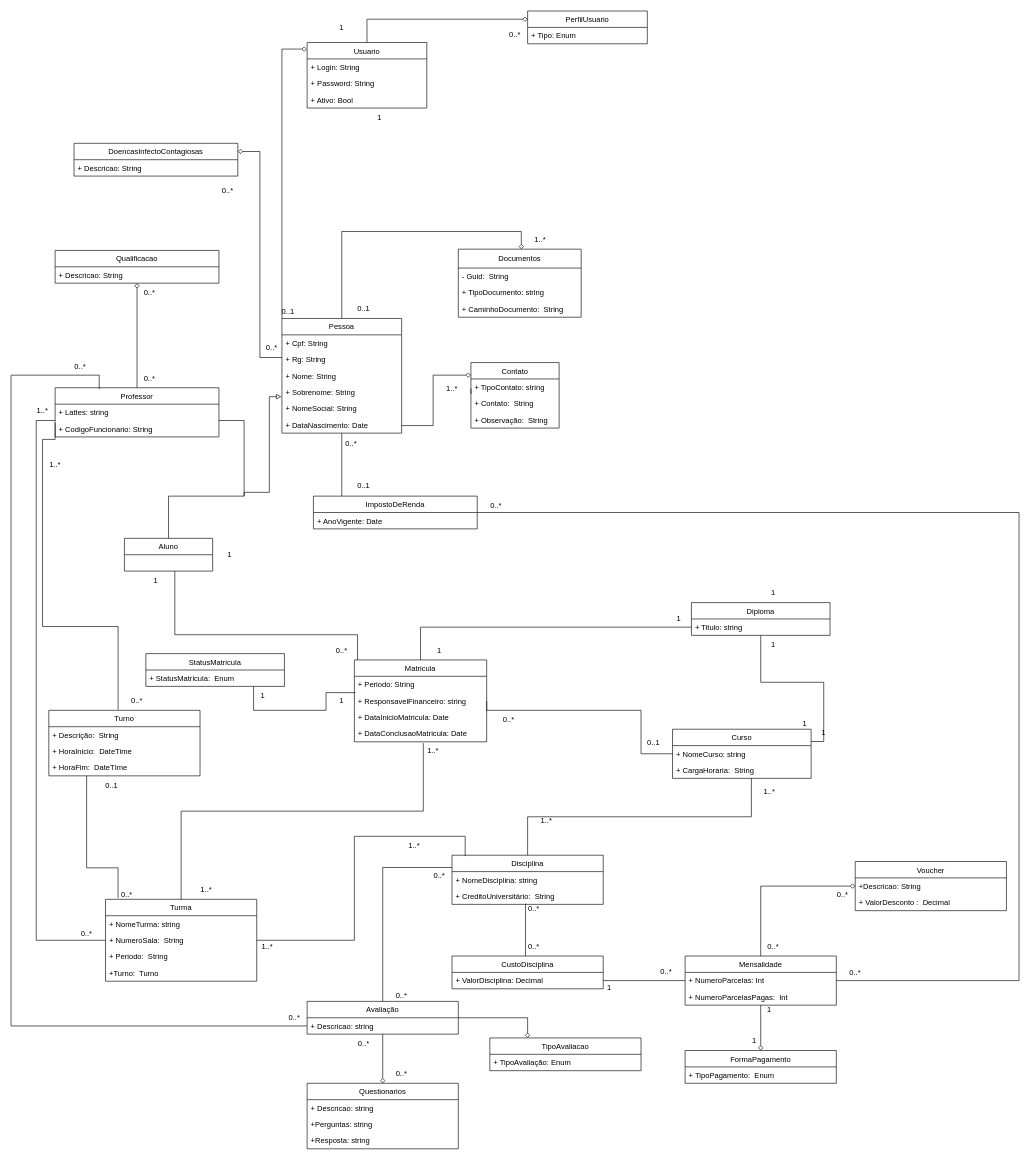
This is page "Page-2" (2 of 2) of CasoDeUso/Diagrama de caso de uso.drawio from EAbeier/Analise-e-Modelagem-de-Sistemas, a draw.io file, before an edit. Source tidied: cells renumbered, new cells numbered last; positions are measured from the earlier drawing's top-left corner, leaving out a move shared by most shapes. Both pictures are drawn from the tidied source at 63%, with x=0, y=0 at pixel (11, 11).
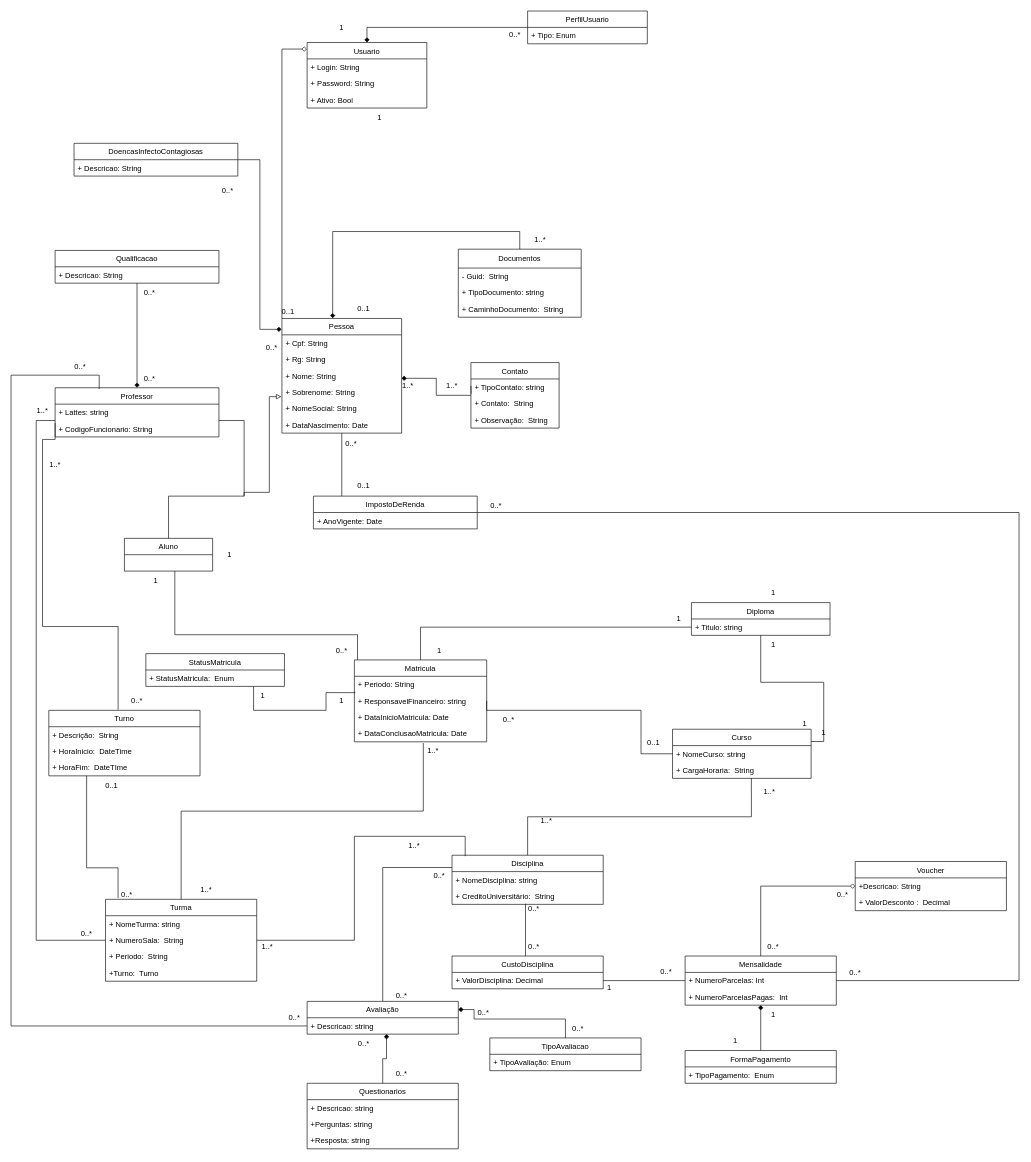
The same diagram, later.

Unchanged cells that the change refers to:
```xml
<mxCell id="7" value="Pessoa" style="swimlane;fontStyle=0;horizontal=1;startSize=26;fillColor=none;" parent="1" vertex="1">
  <mxGeometry x="430" y="488" width="190" height="182" as="geometry" />
</mxCell>
<mxCell id="10" value="+ Nome: String" style="text;strokeColor=none;fillColor=none;align=left;verticalAlign=top;spacingLeft=4;spacingRight=4;overflow=hidden;points=[[0,0.5],[1,0.5]];portConstraint=eastwest;" parent="7" vertex="1">
  <mxGeometry y="78" width="190" height="26" as="geometry" />
</mxCell>
<mxCell id="19" value="Professor" style="swimlane;fontStyle=0;horizontal=1;startSize=26;fillColor=none;" parent="1" vertex="1">
  <mxGeometry x="70" y="598" width="260" height="78" as="geometry" />
</mxCell>
<mxCell id="22" value="Contato" style="swimlane;fontStyle=0;horizontal=1;startSize=26;fillColor=none;" parent="1" vertex="1">
  <mxGeometry x="730" y="558" width="140" height="104" as="geometry" />
</mxCell>
<mxCell id="26" value="Documentos" style="swimlane;fontStyle=0;horizontal=1;startSize=30;fillColor=none;" parent="1" vertex="1">
  <mxGeometry x="710" y="378" width="195" height="108" as="geometry" />
</mxCell>
<mxCell id="71" value="1..*" style="text;html=1;strokeColor=none;fillColor=none;align=center;verticalAlign=middle;whiteSpace=wrap;rounded=0;" parent="1" vertex="1">
  <mxGeometry x="810" y="348" width="60" height="30" as="geometry" />
</mxCell>
<mxCell id="85" value="Mensalidade" style="swimlane;fontStyle=0;horizontal=1;startSize=26;fillColor=none;" parent="1" vertex="1">
  <mxGeometry x="1070" y="1500" width="240" height="78" as="geometry" />
</mxCell>
<mxCell id="87" value="+ NumeroParcelasPagas:  Int" style="text;strokeColor=none;fillColor=none;align=left;verticalAlign=top;spacingLeft=4;spacingRight=4;overflow=hidden;points=[[0,0.5],[1,0.5]];portConstraint=eastwest;" parent="85" vertex="1">
  <mxGeometry y="52" width="240" height="26" as="geometry" />
</mxCell>
<mxCell id="91" value="FormaPagamento" style="swimlane;fontStyle=0;horizontal=1;startSize=26;fillColor=none;" parent="1" vertex="1">
  <mxGeometry x="1070" y="1650" width="240" height="52" as="geometry" />
</mxCell>
<mxCell id="95" value="Qualificacao" style="swimlane;fontStyle=0;horizontal=1;startSize=26;fillColor=none;" parent="1" vertex="1">
  <mxGeometry x="70" y="380" width="260" height="52" as="geometry" />
</mxCell>
<mxCell id="123" value="Avaliação" style="swimlane;fontStyle=0;horizontal=1;startSize=26;fillColor=none;" parent="1" vertex="1">
  <mxGeometry x="470" y="1572" width="240" height="52" as="geometry" />
</mxCell>
<mxCell id="124" value="+ Descricao: string" style="text;strokeColor=none;fillColor=none;align=left;verticalAlign=top;spacingLeft=4;spacingRight=4;overflow=hidden;points=[[0,0.5],[1,0.5]];portConstraint=eastwest;" parent="123" vertex="1">
  <mxGeometry y="26" width="240" height="26" as="geometry" />
</mxCell>
<mxCell id="127" value="Questionarios" style="swimlane;fontStyle=0;horizontal=1;startSize=26;fillColor=none;" parent="1" vertex="1">
  <mxGeometry x="470" y="1702" width="240" height="104" as="geometry" />
</mxCell>
<mxCell id="131" value="TipoAvaliacao" style="swimlane;fontStyle=0;horizontal=1;startSize=26;fillColor=none;" parent="1" vertex="1">
  <mxGeometry x="760" y="1630" width="240" height="52" as="geometry" />
</mxCell>
<mxCell id="138" value="DoencasInfectoContagiosas" style="swimlane;fontStyle=0;horizontal=1;startSize=26;fillColor=none;" parent="1" vertex="1">
  <mxGeometry x="100" y="210" width="260" height="52" as="geometry" />
</mxCell>
<mxCell id="149" value="Usuario" style="swimlane;fontStyle=0;horizontal=1;startSize=26;fillColor=none;" parent="1" vertex="1">
  <mxGeometry x="470" y="50" width="190" height="104" as="geometry" />
</mxCell>
<mxCell id="155" value="PerfilUsuario" style="swimlane;fontStyle=0;horizontal=1;startSize=26;fillColor=none;" parent="1" vertex="1">
  <mxGeometry x="820" width="190" height="52" as="geometry" />
</mxCell>
```

Diff of the diagram source:
```diff
@@
-    <mxCell id="4" style="edgeStyle=orthogonalEdgeStyle;rounded=0;jettySize=auto;html=1;entryX=0;entryY=1;entryDx=0;entryDy=0;endArrow=diamond;endFill=0;" parent="1" edge="1" source="7" target="71">
-      <mxGeometry relative="1" as="geometry">
-        <Array as="points">
-          <mxPoint x="525" y="350" />
-          <mxPoint x="810" y="350" />
-        </Array>
-      </mxGeometry>
-    </mxCell>
-    <mxCell id="5" style="edgeStyle=orthogonalEdgeStyle;rounded=0;jettySize=auto;html=1;entryX=1;entryY=0.25;entryDx=0;entryDy=0;endArrow=diamond;endFill=0;" parent="1" edge="1" source="7" target="138">
-      <mxGeometry relative="1" as="geometry">
-        <Array as="points">
-          <mxPoint x="395" y="550" />
-          <mxPoint x="395" y="223" />
-        </Array>
-      </mxGeometry>
-    </mxCell>
@@
-    <mxCell id="18" style="edgeStyle=orthogonalEdgeStyle;rounded=0;jettySize=auto;html=1;endArrow=diamond;endFill=0;" parent="1" edge="1" source="19" target="95">
-      <mxGeometry relative="1" as="geometry" />
-    </mxCell>
@@
+    <mxCell id="159" style="edgeStyle=orthogonalEdgeStyle;rounded=0;jettySize=auto;html=1;entryX=0.999;entryY=0.653;entryDx=0;entryDy=0;entryPerimeter=0;endArrow=diamond;endFill=1;" parent="1" edge="1" source="22" target="10">
+      <mxGeometry relative="1" as="geometry" />
+    </mxCell>
@@
+    <mxCell id="160" style="edgeStyle=orthogonalEdgeStyle;rounded=0;jettySize=auto;html=1;entryX=0.424;entryY=-0.002;entryDx=0;entryDy=0;entryPerimeter=0;endArrow=diamond;endFill=1;" parent="1" edge="1" source="26" target="7">
+      <mxGeometry relative="1" as="geometry">
+        <Array as="points">
+          <mxPoint x="808" y="350" />
+          <mxPoint x="511" y="350" />
+        </Array>
+      </mxGeometry>
+    </mxCell>
@@
     <mxCell id="73" value="1..*" style="text;html=1;strokeColor=none;fillColor=none;align=center;verticalAlign=middle;whiteSpace=wrap;rounded=0;" parent="1" vertex="1">
-      <mxGeometry x="670" y="584" width="60" height="30" as="geometry" />
+      <mxGeometry x="670" y="580" width="60" height="30" as="geometry" />
     </mxCell>
-    <mxCell id="74" style="edgeStyle=orthogonalEdgeStyle;rounded=0;jettySize=auto;html=1;startArrow=none;startFill=0;endArrow=diamond;endFill=0;" parent="1" edge="1" source="7" target="22">
-      <mxGeometry relative="1" as="geometry">
-        <Array as="points">
-          <mxPoint x="670" y="658" />
-          <mxPoint x="670" y="578" />
-        </Array>
-      </mxGeometry>
-    </mxCell>
@@
-    <mxCell id="83" style="edgeStyle=orthogonalEdgeStyle;rounded=0;jettySize=auto;html=1;entryX=0.5;entryY=0;entryDx=0;entryDy=0;endArrow=diamond;endFill=0;" parent="1" edge="1" source="85" target="91">
-      <mxGeometry relative="1" as="geometry" />
-    </mxCell>
@@
+    <mxCell id="161" style="edgeStyle=orthogonalEdgeStyle;rounded=0;jettySize=auto;html=1;endArrow=diamond;endFill=1;" parent="1" edge="1" source="91" target="87">
+      <mxGeometry relative="1" as="geometry">
+        <Array as="points">
+          <mxPoint x="1190" y="1600" />
+          <mxPoint x="1190" y="1600" />
+        </Array>
+      </mxGeometry>
+    </mxCell>
@@
     <mxCell id="93" value="1" style="text;html=1;strokeColor=none;fillColor=none;align=center;verticalAlign=middle;whiteSpace=wrap;rounded=0;" parent="1" vertex="1">
-      <mxGeometry x="1174" y="1570" width="60" height="30" as="geometry" />
+      <mxGeometry x="1180" y="1578" width="60" height="30" as="geometry" />
     </mxCell>
     <mxCell id="94" value="1" style="text;html=1;strokeColor=none;fillColor=none;align=center;verticalAlign=middle;whiteSpace=wrap;rounded=0;" parent="1" vertex="1">
-      <mxGeometry x="1150" y="1620" width="60" height="30" as="geometry" />
+      <mxGeometry x="1120" y="1620" width="60" height="30" as="geometry" />
     </mxCell>
+    <mxCell id="162" style="edgeStyle=orthogonalEdgeStyle;rounded=0;jettySize=auto;html=1;entryX=0.5;entryY=0;entryDx=0;entryDy=0;endArrow=diamond;endFill=1;" parent="1" edge="1" source="95" target="19">
+      <mxGeometry relative="1" as="geometry" />
+    </mxCell>
@@
-    <mxCell id="121" style="edgeStyle=orthogonalEdgeStyle;rounded=0;jettySize=auto;html=1;endArrow=diamond;endFill=0;" parent="1" edge="1" source="123" target="127">
-      <mxGeometry relative="1" as="geometry" />
-    </mxCell>
-    <mxCell id="122" style="edgeStyle=orthogonalEdgeStyle;rounded=0;jettySize=auto;html=1;endArrow=diamond;endFill=0;entryX=0.25;entryY=0;entryDx=0;entryDy=0;" parent="1" edge="1" source="123" target="131">
-      <mxGeometry relative="1" as="geometry" />
-    </mxCell>
@@
+    <mxCell id="163" style="edgeStyle=orthogonalEdgeStyle;rounded=0;jettySize=auto;html=1;exitX=0.5;exitY=0;exitDx=0;exitDy=0;entryX=0.525;entryY=0.999;entryDx=0;entryDy=0;entryPerimeter=0;endArrow=diamond;endFill=1;" parent="1" edge="1" source="127" target="124">
+      <mxGeometry relative="1" as="geometry" />
+    </mxCell>
@@
+    <mxCell id="164" style="edgeStyle=orthogonalEdgeStyle;rounded=0;jettySize=auto;html=1;entryX=1;entryY=0.25;entryDx=0;entryDy=0;endArrow=diamond;endFill=1;" parent="1" edge="1" source="131" target="123">
+      <mxGeometry relative="1" as="geometry">
+        <Array as="points">
+          <mxPoint x="880" y="1600" />
+          <mxPoint x="735" y="1600" />
+          <mxPoint x="735" y="1585" />
+        </Array>
+      </mxGeometry>
+    </mxCell>
@@
+    <mxCell id="165" style="edgeStyle=orthogonalEdgeStyle;rounded=0;jettySize=auto;html=1;entryX=-0.003;entryY=0.095;entryDx=0;entryDy=0;entryPerimeter=0;endArrow=diamond;endFill=1;" parent="1" edge="1" source="138" target="7">
+      <mxGeometry relative="1" as="geometry" />
+    </mxCell>
@@
-    <mxCell id="148" style="edgeStyle=orthogonalEdgeStyle;rounded=0;jettySize=auto;html=1;entryX=0;entryY=0.25;entryDx=0;entryDy=0;endArrow=diamond;endFill=0;" parent="1" edge="1" source="149" target="155">
-      <mxGeometry relative="1" as="geometry">
-        <Array as="points">
-          <mxPoint x="565" y="13" />
-        </Array>
-      </mxGeometry>
-    </mxCell>
@@
+    <mxCell id="166" style="edgeStyle=orthogonalEdgeStyle;rounded=0;jettySize=auto;html=1;entryX=0.5;entryY=0;entryDx=0;entryDy=0;endArrow=diamond;endFill=1;" parent="1" edge="1" source="155" target="149">
+      <mxGeometry relative="1" as="geometry" />
+    </mxCell>
@@
+    <mxCell id="167" value="0..*" style="text;html=1;strokeColor=none;fillColor=none;align=center;verticalAlign=middle;whiteSpace=wrap;rounded=0;" parent="1" vertex="1">
+      <mxGeometry x="870" y="1600" width="60" height="30" as="geometry" />
+    </mxCell>
+    <mxCell id="168" value="0..*" style="text;html=1;strokeColor=none;fillColor=none;align=center;verticalAlign=middle;whiteSpace=wrap;rounded=0;" parent="1" vertex="1">
+      <mxGeometry x="720" y="1580" width="60" height="20" as="geometry" />
+    </mxCell>
+    <mxCell id="169" value="1..*" style="text;html=1;strokeColor=none;fillColor=none;align=center;verticalAlign=middle;whiteSpace=wrap;rounded=0;" parent="1" vertex="1">
+      <mxGeometry x="600" y="580" width="60" height="30" as="geometry" />
+    </mxCell>
```
